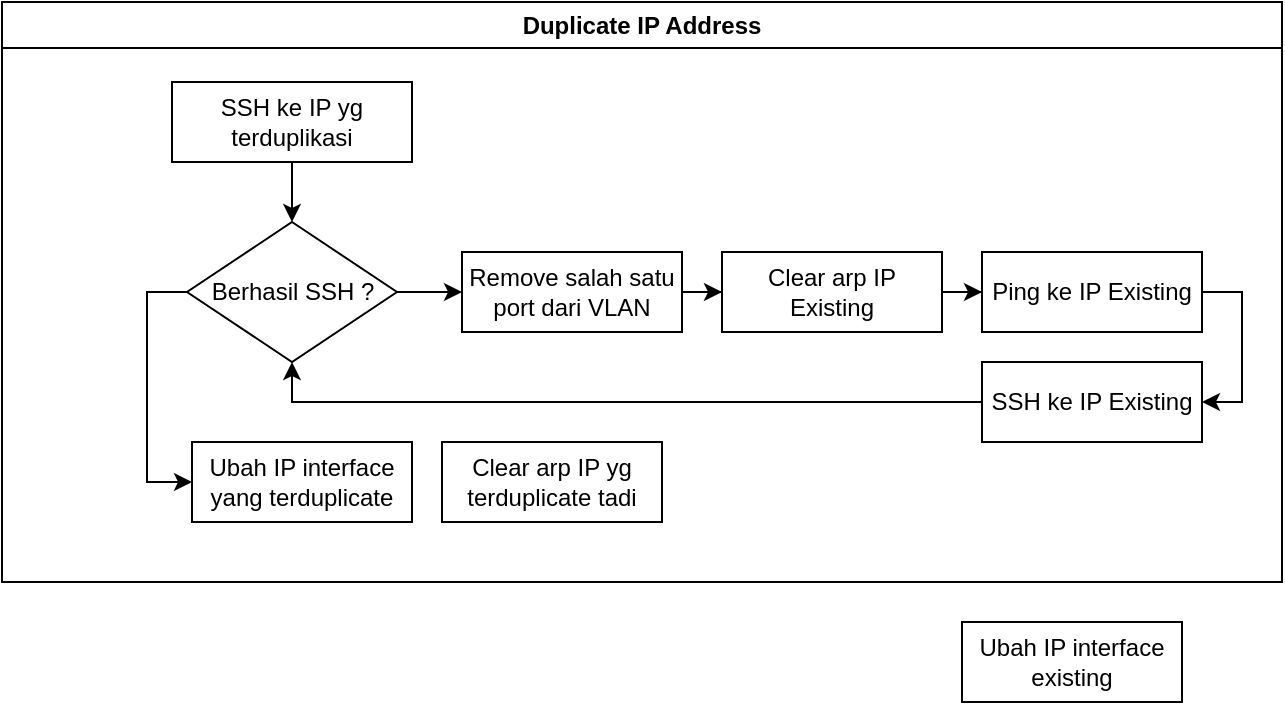
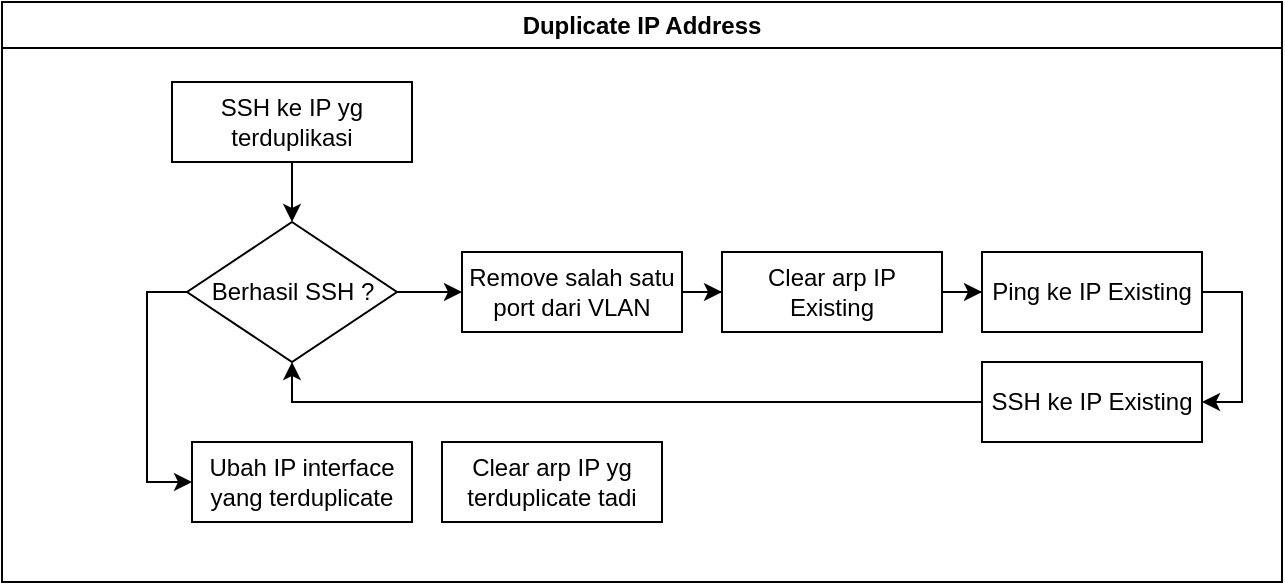
<mxfile host="app.diagrams.net" pages="2">
  <diagram id="IqfTy9Qa5XRMRrwgn1kL" name="Duplicate IP">
-     <mxGraphModel dx="363" dy="453" grid="1" gridSize="10" guides="1" tooltips="1" connect="1" arrows="1" fold="1" page="1" pageScale="1" pageWidth="850" pageHeight="1100" math="0" shadow="0">
+     <mxGraphModel dx="766" dy="454" grid="1" gridSize="10" guides="1" tooltips="1" connect="1" arrows="1" fold="1" page="1" pageScale="1" pageWidth="850" pageHeight="1100" math="0" shadow="0">
      <root>
        <mxCell id="0" />
        <mxCell id="1" parent="0" />
        <mxCell id="Bbwd89mPKZ276QW8u6vw-1" parent="1" style="swimlane;whiteSpace=wrap;html=1;" value="Duplicate IP Address" vertex="1">
          <mxGeometry height="290" width="640" x="450" y="30" as="geometry" />
        </mxCell>
        <mxCell id="Bbwd89mPKZ276QW8u6vw-9" edge="1" parent="Bbwd89mPKZ276QW8u6vw-1" source="Bbwd89mPKZ276QW8u6vw-3" style="edgeStyle=orthogonalEdgeStyle;rounded=0;orthogonalLoop=1;jettySize=auto;html=1;" target="Bbwd89mPKZ276QW8u6vw-6" value="">
          <mxGeometry relative="1" as="geometry" />
        </mxCell>
        <mxCell id="Bbwd89mPKZ276QW8u6vw-3" parent="Bbwd89mPKZ276QW8u6vw-1" style="rounded=0;whiteSpace=wrap;html=1;" value="SSH ke IP yg terduplikasi" vertex="1">
          <mxGeometry height="40" width="120" x="85" y="40" as="geometry" />
        </mxCell>
        <mxCell id="Bbwd89mPKZ276QW8u6vw-8" edge="1" parent="Bbwd89mPKZ276QW8u6vw-1" source="Bbwd89mPKZ276QW8u6vw-6" style="edgeStyle=orthogonalEdgeStyle;rounded=0;orthogonalLoop=1;jettySize=auto;html=1;" target="Bbwd89mPKZ276QW8u6vw-7" value="">
          <mxGeometry relative="1" as="geometry" />
        </mxCell>
        <mxCell id="Bbwd89mPKZ276QW8u6vw-24" edge="1" parent="Bbwd89mPKZ276QW8u6vw-1" source="Bbwd89mPKZ276QW8u6vw-6" style="edgeStyle=orthogonalEdgeStyle;rounded=0;orthogonalLoop=1;jettySize=auto;html=1;exitX=0;exitY=0.5;exitDx=0;exitDy=0;entryX=0;entryY=0.5;entryDx=0;entryDy=0;" target="Bbwd89mPKZ276QW8u6vw-23">
          <mxGeometry relative="1" as="geometry" />
        </mxCell>
        <mxCell id="Bbwd89mPKZ276QW8u6vw-6" parent="Bbwd89mPKZ276QW8u6vw-1" style="rhombus;whiteSpace=wrap;html=1;" value="Berhasil SSH ?" vertex="1">
          <mxGeometry height="70" width="105" x="92.5" y="110" as="geometry" />
        </mxCell>
        <mxCell id="Bbwd89mPKZ276QW8u6vw-13" edge="1" parent="Bbwd89mPKZ276QW8u6vw-1" source="Bbwd89mPKZ276QW8u6vw-7" style="edgeStyle=orthogonalEdgeStyle;rounded=0;orthogonalLoop=1;jettySize=auto;html=1;" target="Bbwd89mPKZ276QW8u6vw-11" value="">
          <mxGeometry relative="1" as="geometry" />
        </mxCell>
        <mxCell id="Bbwd89mPKZ276QW8u6vw-7" parent="Bbwd89mPKZ276QW8u6vw-1" style="rounded=0;whiteSpace=wrap;html=1;" value="Remove salah satu port dari VLAN" vertex="1">
          <mxGeometry height="40" width="110" x="230" y="125" as="geometry" />
        </mxCell>
        <mxCell id="Bbwd89mPKZ276QW8u6vw-11" parent="Bbwd89mPKZ276QW8u6vw-1" style="rounded=0;whiteSpace=wrap;html=1;" value="Clear arp IP Existing" vertex="1">
          <mxGeometry height="40" width="110" x="360" y="125" as="geometry" />
        </mxCell>
        <mxCell id="Bbwd89mPKZ276QW8u6vw-21" edge="1" parent="Bbwd89mPKZ276QW8u6vw-1" source="Bbwd89mPKZ276QW8u6vw-15" style="edgeStyle=orthogonalEdgeStyle;rounded=0;orthogonalLoop=1;jettySize=auto;html=1;exitX=0;exitY=0.5;exitDx=0;exitDy=0;entryX=0.5;entryY=1;entryDx=0;entryDy=0;" target="Bbwd89mPKZ276QW8u6vw-6">
          <mxGeometry relative="1" as="geometry" />
        </mxCell>
        <mxCell id="Bbwd89mPKZ276QW8u6vw-15" parent="Bbwd89mPKZ276QW8u6vw-1" style="rounded=0;whiteSpace=wrap;html=1;" value="SSH ke IP Existing" vertex="1">
          <mxGeometry height="40" width="110" x="490" y="180" as="geometry" />
        </mxCell>
        <mxCell id="Bbwd89mPKZ276QW8u6vw-23" parent="Bbwd89mPKZ276QW8u6vw-1" style="rounded=0;whiteSpace=wrap;html=1;" value="Ubah IP interface yang terduplicate" vertex="1">
          <mxGeometry height="40" width="110" x="95" y="220" as="geometry" />
        </mxCell>
        <mxCell id="Bbwd89mPKZ276QW8u6vw-26" parent="Bbwd89mPKZ276QW8u6vw-1" style="rounded=0;whiteSpace=wrap;html=1;" value="Clear arp IP yg terduplicate tadi" vertex="1">
          <mxGeometry height="40" width="110" x="220" y="220" as="geometry" />
        </mxCell>
        <mxCell id="Bbwd89mPKZ276QW8u6vw-19" edge="1" parent="1" source="Bbwd89mPKZ276QW8u6vw-12" style="edgeStyle=orthogonalEdgeStyle;rounded=0;orthogonalLoop=1;jettySize=auto;html=1;exitX=1;exitY=0.5;exitDx=0;exitDy=0;entryX=1;entryY=0.5;entryDx=0;entryDy=0;" target="Bbwd89mPKZ276QW8u6vw-15">
          <mxGeometry relative="1" as="geometry" />
        </mxCell>
        <mxCell id="Bbwd89mPKZ276QW8u6vw-12" parent="1" style="rounded=0;whiteSpace=wrap;html=1;" value="Ping ke IP Existing" vertex="1">
          <mxGeometry height="40" width="110" x="940" y="155" as="geometry" />
        </mxCell>
        <mxCell id="Bbwd89mPKZ276QW8u6vw-14" edge="1" parent="1" source="Bbwd89mPKZ276QW8u6vw-11" style="edgeStyle=orthogonalEdgeStyle;rounded=0;orthogonalLoop=1;jettySize=auto;html=1;" target="Bbwd89mPKZ276QW8u6vw-12" value="">
          <mxGeometry relative="1" as="geometry" />
-         </mxCell>
-         <mxCell id="Bbwd89mPKZ276QW8u6vw-18" parent="1" style="rounded=0;whiteSpace=wrap;html=1;" value="Ubah IP interface existing" vertex="1">
-           <mxGeometry height="40" width="110" x="930" y="340" as="geometry" />
        </mxCell>
      </root>
    </mxGraphModel>
  </diagram>
  <diagram name="Checklink Problem" id="9vhfLtuUu_MpJ2AiOVXD">
    <mxGraphModel dx="726" dy="906" grid="1" gridSize="10" guides="1" tooltips="1" connect="1" arrows="1" fold="1" page="1" pageScale="1" pageWidth="850" pageHeight="1100" math="0" shadow="0">
      <root>
        <mxCell id="0" />
        <mxCell id="1" parent="0" />
        <mxCell id="pEuGeytKHn6pjW4NDgE5-2" parent="1" style="swimlane;whiteSpace=wrap;html=1;" value="Checklink Problem" vertex="1">
          <mxGeometry height="350" width="540" x="10" y="10" as="geometry" />
        </mxCell>
        <mxCell id="P1elN6ceBegf7L-zKAY9-7" edge="1" parent="pEuGeytKHn6pjW4NDgE5-2" source="P1elN6ceBegf7L-zKAY9-3" style="edgeStyle=orthogonalEdgeStyle;rounded=0;orthogonalLoop=1;jettySize=auto;html=1;exitX=0.5;exitY=1;exitDx=0;exitDy=0;entryX=0.5;entryY=0;entryDx=0;entryDy=0;" target="P1elN6ceBegf7L-zKAY9-6">
          <mxGeometry relative="1" as="geometry" />
        </mxCell>
        <mxCell id="P1elN6ceBegf7L-zKAY9-3" parent="pEuGeytKHn6pjW4NDgE5-2" style="ellipse;whiteSpace=wrap;html=1;" value="Link Intermitten" vertex="1">
          <mxGeometry height="40" width="120" x="210" y="40" as="geometry" />
        </mxCell>
        <mxCell id="v4keN2X_tolYOajlrL1v-25" edge="1" parent="pEuGeytKHn6pjW4NDgE5-2" source="P1elN6ceBegf7L-zKAY9-6" style="edgeStyle=orthogonalEdgeStyle;rounded=0;orthogonalLoop=1;jettySize=auto;html=1;exitX=0.5;exitY=1;exitDx=0;exitDy=0;entryX=0.5;entryY=0;entryDx=0;entryDy=0;" target="v4keN2X_tolYOajlrL1v-22">
          <mxGeometry relative="1" as="geometry" />
        </mxCell>
        <mxCell id="v4keN2X_tolYOajlrL1v-26" edge="1" parent="pEuGeytKHn6pjW4NDgE5-2" source="P1elN6ceBegf7L-zKAY9-6" style="edgeStyle=orthogonalEdgeStyle;rounded=0;orthogonalLoop=1;jettySize=auto;html=1;exitX=0.5;exitY=1;exitDx=0;exitDy=0;entryX=0.5;entryY=0;entryDx=0;entryDy=0;" target="v4keN2X_tolYOajlrL1v-23">
          <mxGeometry relative="1" as="geometry" />
        </mxCell>
        <mxCell id="v4keN2X_tolYOajlrL1v-27" edge="1" parent="pEuGeytKHn6pjW4NDgE5-2" source="P1elN6ceBegf7L-zKAY9-6" style="edgeStyle=orthogonalEdgeStyle;rounded=0;orthogonalLoop=1;jettySize=auto;html=1;exitX=0.5;exitY=1;exitDx=0;exitDy=0;" target="v4keN2X_tolYOajlrL1v-24">
          <mxGeometry relative="1" as="geometry" />
        </mxCell>
        <mxCell id="P1elN6ceBegf7L-zKAY9-6" parent="pEuGeytKHn6pjW4NDgE5-2" style="rhombus;whiteSpace=wrap;html=1;" value="Jenis router cabang ?" vertex="1">
          <mxGeometry height="60" width="165" x="187.5" y="120" as="geometry" />
        </mxCell>
        <mxCell id="v4keN2X_tolYOajlrL1v-22" parent="pEuGeytKHn6pjW4NDgE5-2" style="shape=process;whiteSpace=wrap;html=1;backgroundOutline=1;" value="WAN Conventional" vertex="1">
          <mxGeometry height="60" width="120" x="52" y="240" as="geometry" />
        </mxCell>
        <mxCell id="v4keN2X_tolYOajlrL1v-23" parent="pEuGeytKHn6pjW4NDgE5-2" style="shape=process;whiteSpace=wrap;html=1;backgroundOutline=1;" value="SDWAN Cisco" vertex="1">
          <mxGeometry height="60" width="120" x="209.5" y="240" as="geometry" />
        </mxCell>
        <mxCell id="v4keN2X_tolYOajlrL1v-24" parent="pEuGeytKHn6pjW4NDgE5-2" style="shape=process;whiteSpace=wrap;html=1;backgroundOutline=1;" value="SDWAN Fortinet" vertex="1">
          <mxGeometry height="60" width="120" x="363" y="240" as="geometry" />
        </mxCell>
        <mxCell id="TYqNpPFM6TGwHHhuPpuI-11" parent="1" style="swimlane;whiteSpace=wrap;html=1;" value="WAN Conventional" vertex="1">
          <mxGeometry height="600" width="1250" x="670" y="90" as="geometry" />
        </mxCell>
        <mxCell id="v4keN2X_tolYOajlrL1v-10" edge="1" parent="TYqNpPFM6TGwHHhuPpuI-11" source="TYqNpPFM6TGwHHhuPpuI-12" style="edgeStyle=orthogonalEdgeStyle;rounded=0;orthogonalLoop=1;jettySize=auto;html=1;exitX=0.5;exitY=1;exitDx=0;exitDy=0;entryX=0.5;entryY=0;entryDx=0;entryDy=0;" target="v4keN2X_tolYOajlrL1v-9">
          <mxGeometry relative="1" as="geometry" />
        </mxCell>
        <mxCell id="TYqNpPFM6TGwHHhuPpuI-12" parent="TYqNpPFM6TGwHHhuPpuI-11" style="rounded=0;whiteSpace=wrap;html=1;" value="Login ke perangkat cabang" vertex="1">
          <mxGeometry height="40" width="120" x="220" y="40" as="geometry" />
        </mxCell>
        <mxCell id="v4keN2X_tolYOajlrL1v-7" edge="1" parent="TYqNpPFM6TGwHHhuPpuI-11" source="v4keN2X_tolYOajlrL1v-5" style="edgeStyle=orthogonalEdgeStyle;rounded=0;orthogonalLoop=1;jettySize=auto;html=1;exitX=0.5;exitY=1;exitDx=0;exitDy=0;" target="pmmJg_nAHrXnhT2FHE6J-1">
          <mxGeometry relative="1" as="geometry" />
        </mxCell>
        <mxCell id="v4keN2X_tolYOajlrL1v-5" parent="TYqNpPFM6TGwHHhuPpuI-11" style="rounded=0;whiteSpace=wrap;html=1;" value="Identifikasi jenis koneksi WAN" vertex="1">
          <mxGeometry height="40" width="120" x="220" y="300" as="geometry" />
        </mxCell>
        <mxCell id="v4keN2X_tolYOajlrL1v-15" edge="1" parent="TYqNpPFM6TGwHHhuPpuI-11" source="pmmJg_nAHrXnhT2FHE6J-1" style="edgeStyle=orthogonalEdgeStyle;rounded=0;orthogonalLoop=1;jettySize=auto;html=1;exitX=1;exitY=0.5;exitDx=0;exitDy=0;entryX=0;entryY=0.5;entryDx=0;entryDy=0;" target="v4keN2X_tolYOajlrL1v-14">
          <mxGeometry relative="1" as="geometry" />
        </mxCell>
        <mxCell id="pmmJg_nAHrXnhT2FHE6J-1" parent="TYqNpPFM6TGwHHhuPpuI-11" style="rhombus;whiteSpace=wrap;html=1;" value="MPLS/Metro-E ?" vertex="1">
          <mxGeometry height="80" width="110" x="225" y="370" as="geometry" />
        </mxCell>
        <mxCell id="v4keN2X_tolYOajlrL1v-11" edge="1" parent="TYqNpPFM6TGwHHhuPpuI-11" source="v4keN2X_tolYOajlrL1v-9" style="edgeStyle=orthogonalEdgeStyle;rounded=0;orthogonalLoop=1;jettySize=auto;html=1;exitX=0.5;exitY=1;exitDx=0;exitDy=0;entryX=0.5;entryY=0;entryDx=0;entryDy=0;" target="TYqNpPFM6TGwHHhuPpuI-13">
          <mxGeometry relative="1" as="geometry" />
        </mxCell>
        <mxCell id="v4keN2X_tolYOajlrL1v-9" parent="TYqNpPFM6TGwHHhuPpuI-11" style="rounded=0;whiteSpace=wrap;html=1;" value="Cek BGP Summary" vertex="1">
          <mxGeometry height="40" width="120" x="220" y="110" as="geometry" />
        </mxCell>
        <mxCell id="v4keN2X_tolYOajlrL1v-12" edge="1" parent="TYqNpPFM6TGwHHhuPpuI-11" source="TYqNpPFM6TGwHHhuPpuI-13" style="edgeStyle=orthogonalEdgeStyle;rounded=0;orthogonalLoop=1;jettySize=auto;html=1;exitX=0.5;exitY=1;exitDx=0;exitDy=0;entryX=0.5;entryY=0;entryDx=0;entryDy=0;" target="v4keN2X_tolYOajlrL1v-5">
          <mxGeometry relative="1" as="geometry" />
        </mxCell>
        <mxCell id="TYqNpPFM6TGwHHhuPpuI-13" parent="TYqNpPFM6TGwHHhuPpuI-11" style="rhombus;whiteSpace=wrap;html=1;" value="BGP Summary lengkap ?" vertex="1">
          <mxGeometry height="90" width="120" x="220" y="180" as="geometry" />
        </mxCell>
        <mxCell id="v4keN2X_tolYOajlrL1v-4" edge="1" parent="TYqNpPFM6TGwHHhuPpuI-11" style="edgeStyle=orthogonalEdgeStyle;rounded=0;orthogonalLoop=1;jettySize=auto;html=1;" target="v4keN2X_tolYOajlrL1v-3" value="">
          <mxGeometry relative="1" as="geometry">
            <mxPoint x="560" y="320" as="sourcePoint" />
          </mxGeometry>
        </mxCell>
        <mxCell id="v4keN2X_tolYOajlrL1v-17" edge="1" parent="TYqNpPFM6TGwHHhuPpuI-11" source="v4keN2X_tolYOajlrL1v-14" style="edgeStyle=orthogonalEdgeStyle;rounded=0;orthogonalLoop=1;jettySize=auto;html=1;exitX=1;exitY=0.5;exitDx=0;exitDy=0;entryX=0;entryY=0.5;entryDx=0;entryDy=0;" target="v4keN2X_tolYOajlrL1v-16">
          <mxGeometry relative="1" as="geometry" />
        </mxCell>
        <mxCell id="v4keN2X_tolYOajlrL1v-14" parent="TYqNpPFM6TGwHHhuPpuI-11" style="rounded=0;whiteSpace=wrap;html=1;" value="Cek konfigurasi BGP" vertex="1">
          <mxGeometry height="40" width="120" x="370" y="390" as="geometry" />
        </mxCell>
        <mxCell id="v4keN2X_tolYOajlrL1v-20" edge="1" parent="TYqNpPFM6TGwHHhuPpuI-11" source="v4keN2X_tolYOajlrL1v-16" style="edgeStyle=orthogonalEdgeStyle;rounded=0;orthogonalLoop=1;jettySize=auto;html=1;exitX=0.5;exitY=1;exitDx=0;exitDy=0;entryX=0.5;entryY=0;entryDx=0;entryDy=0;" target="v4keN2X_tolYOajlrL1v-19">
          <mxGeometry relative="1" as="geometry" />
        </mxCell>
        <mxCell id="v4keN2X_tolYOajlrL1v-16" parent="TYqNpPFM6TGwHHhuPpuI-11" style="rhombus;whiteSpace=wrap;html=1;" value="IP Underlay, Overlay, &amp;amp; Router neighbor ada ?&amp;nbsp;" vertex="1">
          <mxGeometry height="80" width="110" x="530" y="370" as="geometry" />
        </mxCell>
        <mxCell id="v4keN2X_tolYOajlrL1v-19" parent="TYqNpPFM6TGwHHhuPpuI-11" style="rounded=0;whiteSpace=wrap;html=1;" value="Daftarkan neighbor yg belum ada" vertex="1">
          <mxGeometry height="40" width="120" x="525" y="470" as="geometry" />
        </mxCell>
        <mxCell id="TYqNpPFM6TGwHHhuPpuI-65" parent="1" style="swimlane;whiteSpace=wrap;html=1;" value="Pengecekan Sisi Cabang" vertex="1">
          <mxGeometry height="560" width="540" x="10" y="420" as="geometry" />
        </mxCell>
        <mxCell id="fYS8cTILx4h1H9qz6oxb-3" edge="1" parent="TYqNpPFM6TGwHHhuPpuI-65" source="fYS8cTILx4h1H9qz6oxb-1" style="edgeStyle=orthogonalEdgeStyle;rounded=0;orthogonalLoop=1;jettySize=auto;html=1;" target="fYS8cTILx4h1H9qz6oxb-2" value="">
          <mxGeometry relative="1" as="geometry" />
        </mxCell>
        <mxCell id="fYS8cTILx4h1H9qz6oxb-1" parent="TYqNpPFM6TGwHHhuPpuI-65" style="rounded=0;whiteSpace=wrap;html=1;" value="Pemeriksaan layer 1" vertex="1">
          <mxGeometry height="30" width="120" x="210" y="40" as="geometry" />
        </mxCell>
        <mxCell id="fYS8cTILx4h1H9qz6oxb-5" edge="1" parent="TYqNpPFM6TGwHHhuPpuI-65" source="fYS8cTILx4h1H9qz6oxb-2" style="edgeStyle=orthogonalEdgeStyle;rounded=0;orthogonalLoop=1;jettySize=auto;html=1;" target="fYS8cTILx4h1H9qz6oxb-4" value="">
          <mxGeometry relative="1" as="geometry" />
        </mxCell>
        <mxCell id="fYS8cTILx4h1H9qz6oxb-7" edge="1" parent="TYqNpPFM6TGwHHhuPpuI-65" source="fYS8cTILx4h1H9qz6oxb-2" style="edgeStyle=orthogonalEdgeStyle;rounded=0;orthogonalLoop=1;jettySize=auto;html=1;" target="fYS8cTILx4h1H9qz6oxb-6" value="">
          <mxGeometry relative="1" as="geometry" />
        </mxCell>
        <mxCell id="fYS8cTILx4h1H9qz6oxb-2" parent="TYqNpPFM6TGwHHhuPpuI-65" style="rhombus;whiteSpace=wrap;html=1;" value="Angka statistik interface tinggi ?" vertex="1">
          <mxGeometry height="90" width="120" x="210" y="110" as="geometry" />
        </mxCell>
        <mxCell id="fYS8cTILx4h1H9qz6oxb-4" parent="TYqNpPFM6TGwHHhuPpuI-65" style="rounded=0;whiteSpace=wrap;html=1;" value="Hubungi SOW untuk pengecekan kabel fisik" vertex="1">
          <mxGeometry height="45" width="120" x="380" y="132.5" as="geometry" />
        </mxCell>
        <mxCell id="fYS8cTILx4h1H9qz6oxb-6" parent="TYqNpPFM6TGwHHhuPpuI-65" style="rounded=0;whiteSpace=wrap;html=1;" value="Pemeriksaan layer 2" vertex="1">
          <mxGeometry height="30" width="120" x="210" y="230" as="geometry" />
        </mxCell>
        <mxCell id="fYS8cTILx4h1H9qz6oxb-8" parent="TYqNpPFM6TGwHHhuPpuI-65" style="rounded=0;whiteSpace=wrap;html=1;" value="Pemeriksaan layer 3" vertex="1">
          <mxGeometry height="30" width="120" x="210" y="310" as="geometry" />
        </mxCell>
        <mxCell id="fYS8cTILx4h1H9qz6oxb-11" parent="TYqNpPFM6TGwHHhuPpuI-65" style="rounded=0;whiteSpace=wrap;html=1;" value="Ubah ip sesuai data tabel" vertex="1">
          <mxGeometry height="30" width="120" x="380" y="395" as="geometry" />
        </mxCell>
        <mxCell id="fYS8cTILx4h1H9qz6oxb-12" edge="1" parent="TYqNpPFM6TGwHHhuPpuI-65" source="fYS8cTILx4h1H9qz6oxb-9" style="edgeStyle=orthogonalEdgeStyle;rounded=0;orthogonalLoop=1;jettySize=auto;html=1;" target="fYS8cTILx4h1H9qz6oxb-11" value="">
          <mxGeometry relative="1" as="geometry" />
        </mxCell>
        <mxCell id="pmmJg_nAHrXnhT2FHE6J-10" edge="1" parent="TYqNpPFM6TGwHHhuPpuI-65" source="fYS8cTILx4h1H9qz6oxb-9" style="edgeStyle=orthogonalEdgeStyle;rounded=0;orthogonalLoop=1;jettySize=auto;html=1;exitX=0.5;exitY=1;exitDx=0;exitDy=0;entryX=0.5;entryY=0;entryDx=0;entryDy=0;" target="pmmJg_nAHrXnhT2FHE6J-9">
          <mxGeometry relative="1" as="geometry" />
        </mxCell>
        <mxCell id="fYS8cTILx4h1H9qz6oxb-9" parent="TYqNpPFM6TGwHHhuPpuI-65" style="rhombus;whiteSpace=wrap;html=1;" value="Terdapat perubahan ip di int link provider ?" vertex="1">
          <mxGeometry height="80" width="125" x="207.5" y="370" as="geometry" />
        </mxCell>
        <mxCell id="fYS8cTILx4h1H9qz6oxb-10" edge="1" parent="TYqNpPFM6TGwHHhuPpuI-65" source="fYS8cTILx4h1H9qz6oxb-8" style="edgeStyle=orthogonalEdgeStyle;rounded=0;orthogonalLoop=1;jettySize=auto;html=1;" target="fYS8cTILx4h1H9qz6oxb-9" value="">
          <mxGeometry relative="1" as="geometry" />
        </mxCell>
        <mxCell id="pmmJg_nAHrXnhT2FHE6J-9" parent="TYqNpPFM6TGwHHhuPpuI-65" style="rounded=0;whiteSpace=wrap;html=1;" value="Cek konfigurasi route-map &amp;amp; prefix-list" vertex="1">
          <mxGeometry height="30" width="130" x="205" y="480" as="geometry" />
        </mxCell>
        <mxCell id="TYqNpPFM6TGwHHhuPpuI-23" edge="1" parent="1" source="TYqNpPFM6TGwHHhuPpuI-19" style="edgeStyle=orthogonalEdgeStyle;rounded=0;orthogonalLoop=1;jettySize=auto;html=1;" target="TYqNpPFM6TGwHHhuPpuI-22" value="">
          <mxGeometry relative="1" as="geometry" />
        </mxCell>
        <mxCell id="TYqNpPFM6TGwHHhuPpuI-34" edge="1" parent="1" source="TYqNpPFM6TGwHHhuPpuI-19" style="edgeStyle=orthogonalEdgeStyle;rounded=0;orthogonalLoop=1;jettySize=auto;html=1;exitX=0;exitY=0.5;exitDx=0;exitDy=0;entryX=1;entryY=0.5;entryDx=0;entryDy=0;" target="TYqNpPFM6TGwHHhuPpuI-33">
          <mxGeometry relative="1" as="geometry" />
        </mxCell>
        <mxCell id="TYqNpPFM6TGwHHhuPpuI-19" parent="1" style="rhombus;whiteSpace=wrap;html=1;" value="Koneksi cabang dan Provider Edge baik ?" vertex="1">
          <mxGeometry height="90" width="120" x="1359" y="802" as="geometry" />
        </mxCell>
        <mxCell id="TYqNpPFM6TGwHHhuPpuI-22" parent="1" style="rhombus;whiteSpace=wrap;html=1;" value="Koneksi PE di DC dan IPsec baik ?" vertex="1">
          <mxGeometry height="90" width="120" x="1529" y="802" as="geometry" />
        </mxCell>
        <mxCell id="TYqNpPFM6TGwHHhuPpuI-24" parent="1" style="rounded=0;whiteSpace=wrap;html=1;" value="Follow up ke Provider" vertex="1">
          <mxGeometry height="40" width="130" x="1524" y="922" as="geometry" />
        </mxCell>
        <mxCell id="TYqNpPFM6TGwHHhuPpuI-25" edge="1" parent="1" source="TYqNpPFM6TGwHHhuPpuI-22" style="edgeStyle=orthogonalEdgeStyle;rounded=0;orthogonalLoop=1;jettySize=auto;html=1;exitX=0.5;exitY=1;exitDx=0;exitDy=0;entryX=0.5;entryY=0;entryDx=0;entryDy=0;" target="TYqNpPFM6TGwHHhuPpuI-24">
          <mxGeometry relative="1" as="geometry" />
        </mxCell>
        <mxCell id="pmmJg_nAHrXnhT2FHE6J-8" edge="1" parent="1" source="TYqNpPFM6TGwHHhuPpuI-26" style="edgeStyle=orthogonalEdgeStyle;rounded=0;orthogonalLoop=1;jettySize=auto;html=1;exitX=1;exitY=0.5;exitDx=0;exitDy=0;entryX=0;entryY=0.5;entryDx=0;entryDy=0;" target="pmmJg_nAHrXnhT2FHE6J-7">
          <mxGeometry relative="1" as="geometry" />
        </mxCell>
        <mxCell id="TYqNpPFM6TGwHHhuPpuI-26" parent="1" style="rhombus;whiteSpace=wrap;html=1;" value="Koneksi tunnel DC ke cabang baik ?" vertex="1">
          <mxGeometry height="90" width="120" x="1689" y="802" as="geometry" />
        </mxCell>
        <mxCell id="TYqNpPFM6TGwHHhuPpuI-27" edge="1" parent="1" source="TYqNpPFM6TGwHHhuPpuI-22" style="edgeStyle=orthogonalEdgeStyle;rounded=0;orthogonalLoop=1;jettySize=auto;html=1;" target="TYqNpPFM6TGwHHhuPpuI-26" value="">
          <mxGeometry relative="1" as="geometry" />
        </mxCell>
        <mxCell id="TYqNpPFM6TGwHHhuPpuI-28" parent="1" style="rounded=0;whiteSpace=wrap;html=1;" value="Cek Konfigurasi Tunnel" vertex="1">
          <mxGeometry height="40" width="130" x="1684" y="922" as="geometry" />
        </mxCell>
        <mxCell id="TYqNpPFM6TGwHHhuPpuI-29" edge="1" parent="1" source="TYqNpPFM6TGwHHhuPpuI-26" style="edgeStyle=orthogonalEdgeStyle;rounded=0;orthogonalLoop=1;jettySize=auto;html=1;exitX=0.5;exitY=1;exitDx=0;exitDy=0;entryX=0.5;entryY=0;entryDx=0;entryDy=0;" target="TYqNpPFM6TGwHHhuPpuI-28">
          <mxGeometry relative="1" as="geometry" />
        </mxCell>
        <mxCell id="TYqNpPFM6TGwHHhuPpuI-37" parent="1" style="text;html=1;whiteSpace=wrap;strokeColor=none;fillColor=none;align=center;verticalAlign=middle;rounded=0;" value="status bgp active/idle" vertex="1">
          <mxGeometry height="20" width="97" x="1427" y="772" as="geometry" />
        </mxCell>
        <mxCell id="TYqNpPFM6TGwHHhuPpuI-38" parent="1" style="text;html=1;whiteSpace=wrap;strokeColor=none;fillColor=none;align=center;verticalAlign=middle;rounded=0;" value="Tidak" vertex="1">
          <mxGeometry height="20" width="50" x="1309" y="832" as="geometry" />
        </mxCell>
        <mxCell id="TYqNpPFM6TGwHHhuPpuI-40" parent="1" style="text;html=1;whiteSpace=wrap;strokeColor=none;fillColor=none;align=center;verticalAlign=middle;rounded=0;" value="Ya" vertex="1">
          <mxGeometry height="20" width="50" x="1469" y="830" as="geometry" />
        </mxCell>
        <mxCell id="TYqNpPFM6TGwHHhuPpuI-41" parent="1" style="text;html=1;whiteSpace=wrap;strokeColor=none;fillColor=none;align=center;verticalAlign=middle;rounded=0;" value="Ya" vertex="1">
          <mxGeometry height="20" width="50" x="1639" y="830" as="geometry" />
        </mxCell>
        <mxCell id="TYqNpPFM6TGwHHhuPpuI-33" parent="1" style="shape=process;whiteSpace=wrap;html=1;backgroundOutline=1;" value="Pengecekan sisi Cabang" vertex="1">
          <mxGeometry height="60" width="120" x="1169" y="817" as="geometry" />
        </mxCell>
        <mxCell id="pmmJg_nAHrXnhT2FHE6J-7" parent="1" style="ellipse;whiteSpace=wrap;html=1;" value="Selesai" vertex="1">
          <mxGeometry height="40" width="70" x="1859" y="827" as="geometry" />
        </mxCell>
        <mxCell id="v4keN2X_tolYOajlrL1v-21" parent="1" style="text;html=1;whiteSpace=wrap;strokeColor=none;fillColor=none;align=center;verticalAlign=middle;rounded=0;" value="Metro" vertex="1">
          <mxGeometry height="30" width="60" x="970" y="450" as="geometry" />
        </mxCell>
      </root>
    </mxGraphModel>
  </diagram>
</mxfile>
